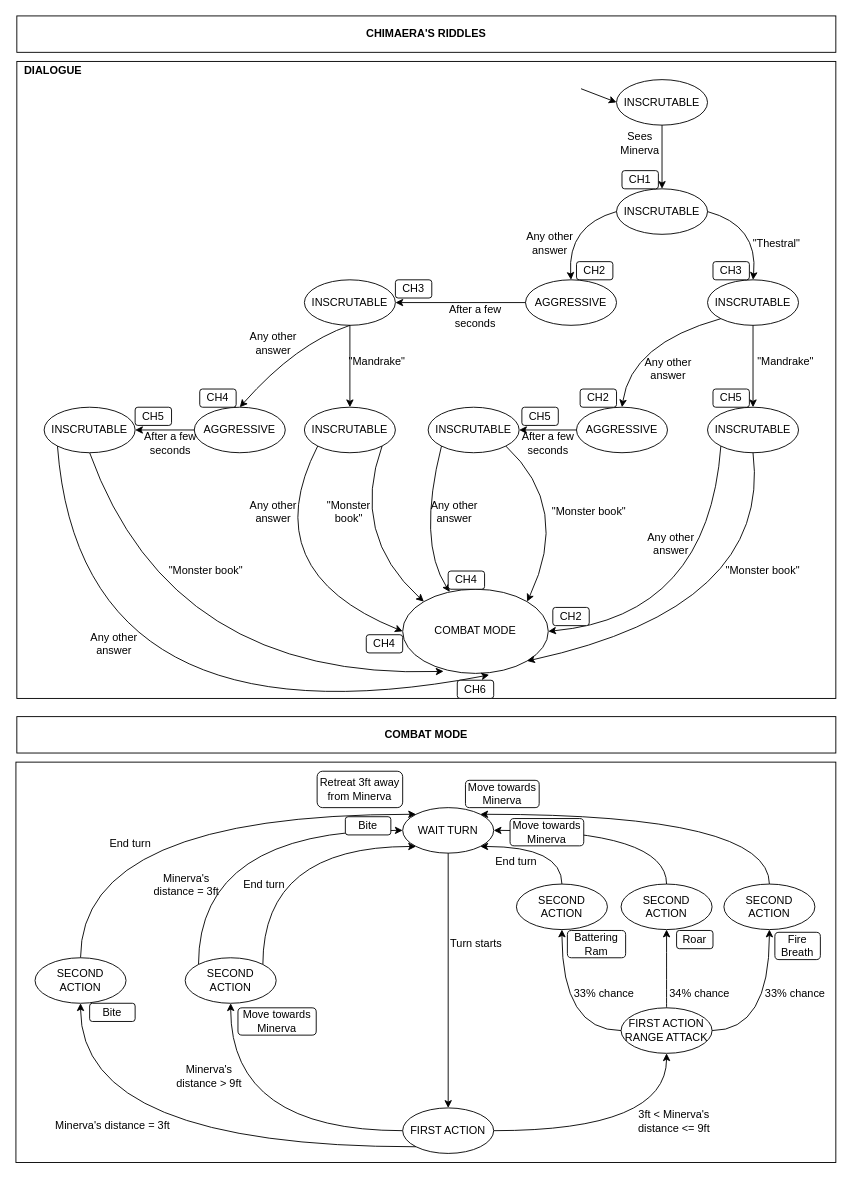
Above: Images/LDD/Projects/drawio/PRJ_BHV_Chimaera.drawio in Ode97/Progetto-GDP-2020-2021 (draw.io), before the change. Source tidied: cells renumbered, new cells numbered last; positions are measured from the earlier drawing's top-left corner, leaving out a move shared by most shapes. Both pictures are drawn from the tidied source at 91%, with x=0, y=0 at pixel (15, 15).
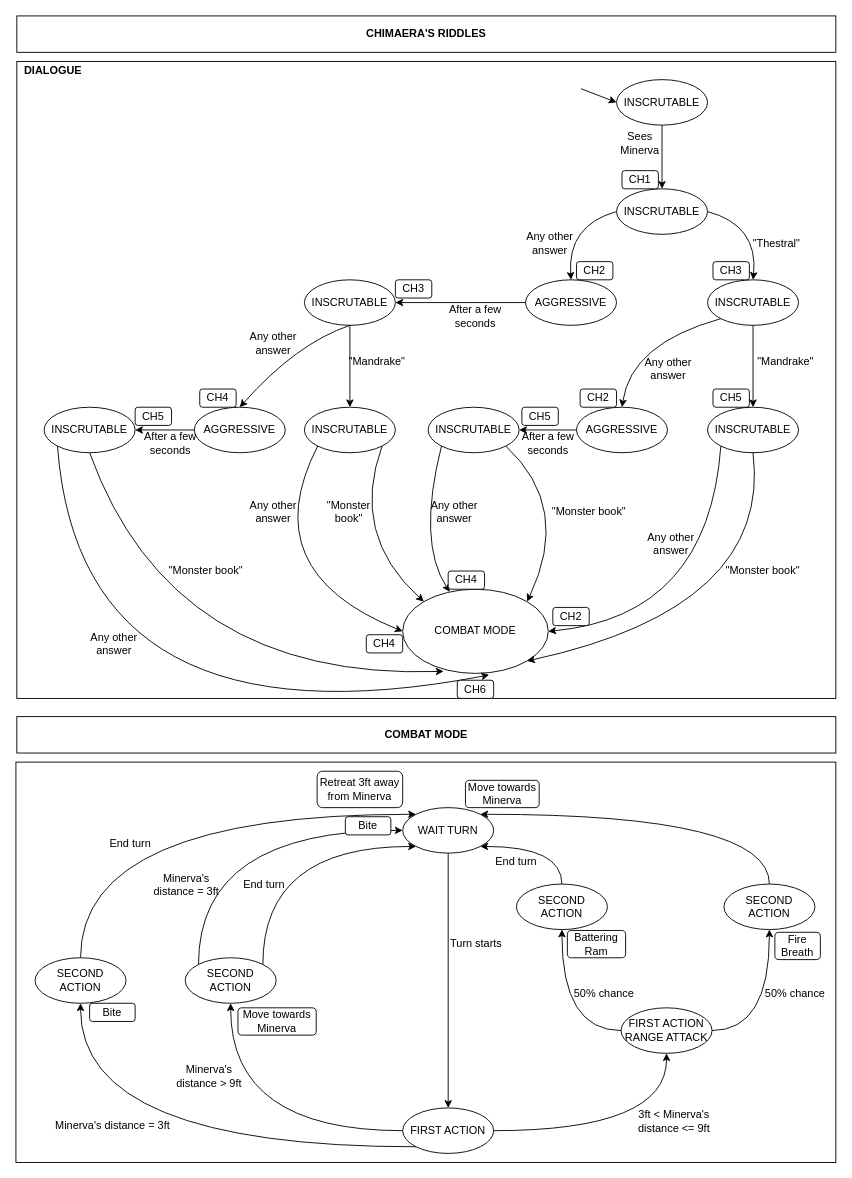
After the change.

Unchanged cells that the change refers to:
```xml
<mxCell id="34" value="WAIT TURN" style="ellipse;whiteSpace=wrap;html=1;" parent="1" vertex="1">
  <mxGeometry x="425" y="870" width="100" height="50" as="geometry" />
</mxCell>
<mxCell id="105" value="FIRST ACTION RANGE ATTACK" style="ellipse;whiteSpace=wrap;html=1;" parent="1" vertex="1">
  <mxGeometry x="665" y="1090" width="100" height="50" as="geometry" />
</mxCell>
```

Change to the diagram source:
```diff
@@
-    <mxCell id="47" value="Roar" style="rounded=1;whiteSpace=wrap;html=1;" parent="1" vertex="1">
-      <mxGeometry x="726" y="1005" width="40" height="20" as="geometry" />
-    </mxCell>
@@
-    <mxCell id="85" style="edgeStyle=orthogonalEdgeStyle;curved=1;jettySize=auto;html=1;entryX=1;entryY=0.5;entryDx=0;entryDy=0;exitX=0.5;exitY=0;exitDx=0;exitDy=0;" parent="1" edge="1" source="86" target="34">
-      <mxGeometry relative="1" as="geometry">
-        <Array as="points">
-          <mxPoint x="715" y="895" />
-        </Array>
-      </mxGeometry>
-    </mxCell>
-    <mxCell id="86" value="SECOND ACTION" style="ellipse;whiteSpace=wrap;html=1;" parent="1" vertex="1">
-      <mxGeometry x="665" y="954" width="100" height="50" as="geometry" />
-    </mxCell>
@@
-    <mxCell id="100" value="33% chance" style="text;html=1;align=center;verticalAlign=middle;" parent="1" vertex="1">
+    <mxCell id="100" value="50% chance" style="text;html=1;align=center;verticalAlign=middle;" parent="1" vertex="1">
       <mxGeometry x="816" y="1065" width="80" height="20" as="geometry" />
     </mxCell>
@@
-    <mxCell id="103" style="edgeStyle=orthogonalEdgeStyle;curved=1;jettySize=auto;html=1;" parent="1" edge="1" source="105" target="86">
-      <mxGeometry relative="1" as="geometry" />
-    </mxCell>
@@
-    <mxCell id="106" value="33% chance" style="text;html=1;align=center;verticalAlign=middle;" parent="1" vertex="1">
+    <mxCell id="106" value="50% chance" style="text;html=1;align=center;verticalAlign=middle;" parent="1" vertex="1">
       <mxGeometry x="606" y="1065" width="80" height="20" as="geometry" />
     </mxCell>
-    <mxCell id="107" value="34% chance" style="text;html=1;align=center;verticalAlign=middle;" parent="1" vertex="1">
-      <mxGeometry x="711" y="1065" width="80" height="20" as="geometry" />
-    </mxCell>
@@
-    <mxCell id="110" value="Move towards Minerva" style="rounded=1;whiteSpace=wrap;html=1;" parent="1" vertex="1">
-      <mxGeometry x="543" y="882" width="81" height="30" as="geometry" />
-    </mxCell>
```
